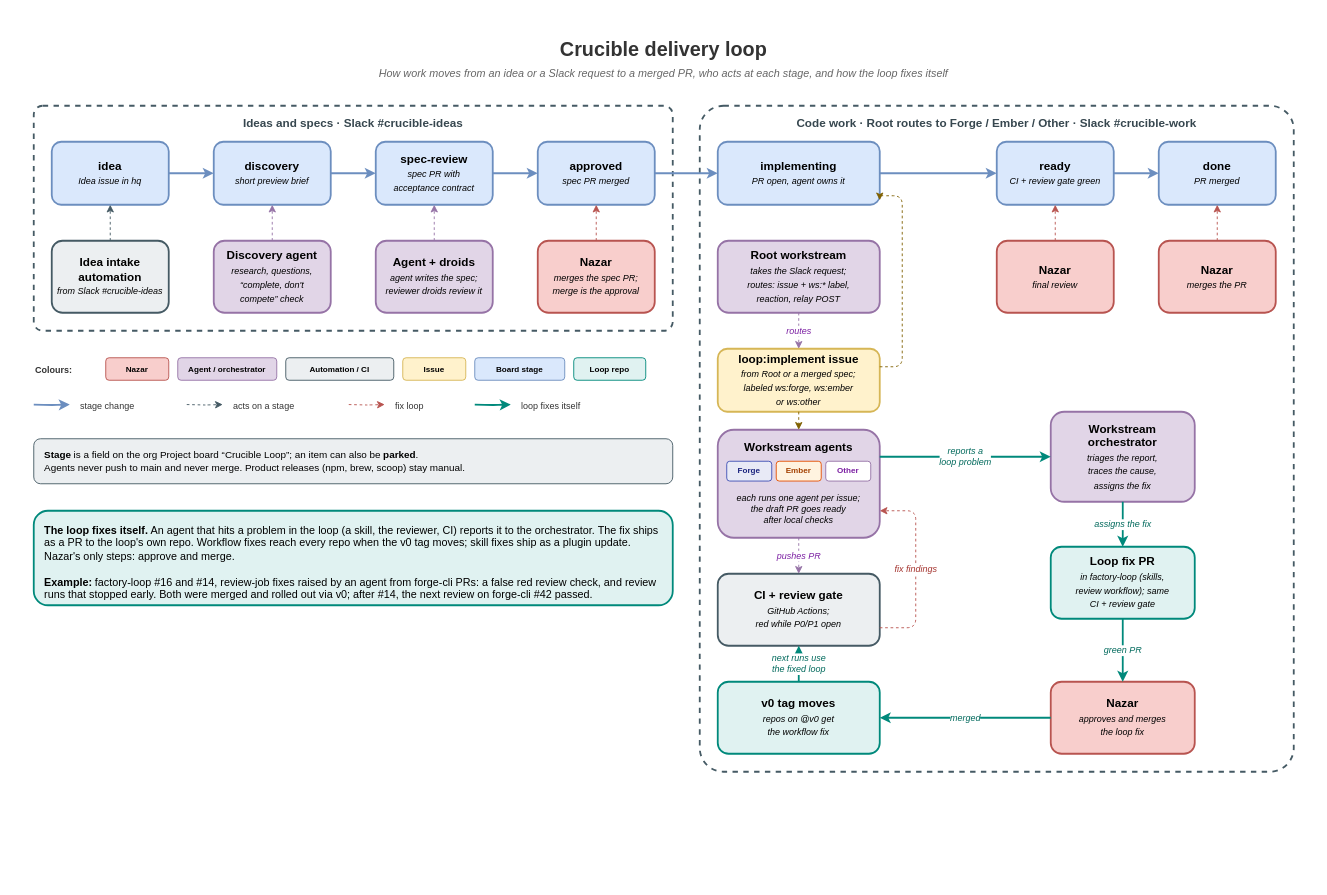
Above: factory-loop/diagrams/delivery-loop.drawio in crucibledx/assets (draw.io), before the change. Source tidied: cells renumbered, new cells numbered last; positions are measured from the earlier drawing's top-left corner, leaving out a move shared by most shapes. Both pictures are drawn from the tidied source at 90%, with x=0, y=0 at pixel (15, 15).
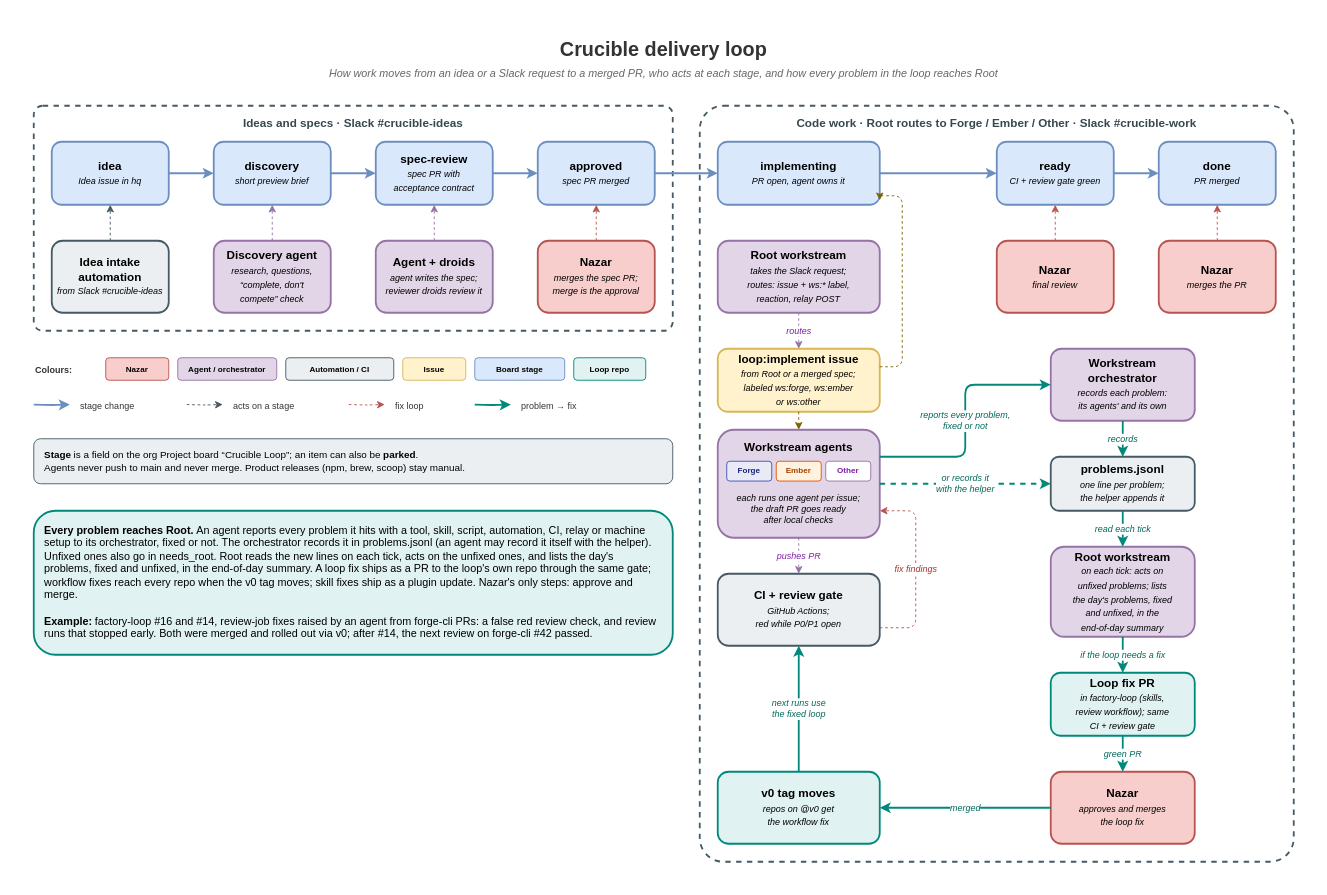
The same diagram, later.

Commit message (it also covers changes not shown here):
diagrams: delivery loop shows problem reports to Root (#24)

The self-fix path follows hq docs/workstream.md "Problem reports": agents
report every problem, fixed or not, to their orchestrator (or record it with
the helper); the orchestrator records it in problems.jsonl; Root reads the
new lines each tick, acts on unfixed ones and lists the day's problems in the
end-of-day summary, and assigns a loop fix when the loop needs one.

Closes #18

The change refers to these unchanged cells:
```xml
<mxCell id="20" value="Workstream agents" style="rounded=1;whiteSpace=wrap;html=1;fillColor=#e1d5e7;strokeColor=#9673a6;fontSize=13;fontStyle=1;strokeWidth=2;verticalAlign=top;spacingTop=5;" parent="1" vertex="1">
  <mxGeometry x="780" y="460" width="180" height="120" as="geometry" />
</mxCell>
```

Diff of the diagram source:
```diff
@@
     <mxCell id="2" style="whiteSpace=wrap;html=1;fillColor=default;strokeColor=none;" parent="1" vertex="1">
-      <mxGeometry width="1440" height="860" as="geometry" />
+      <mxGeometry width="1440" height="960" as="geometry" />
     </mxCell>
@@
-    <mxCell id="4" value="How work moves from an idea or a Slack request to a merged PR, who acts at each stage, and how the loop fixes itself" style="text;html=1;fontSize=12;fontStyle=2;align=center;verticalAlign=middle;whiteSpace=wrap;fontColor=#666666;" parent="1" vertex="1">
+    <mxCell id="4" value="How work moves from an idea or a Slack request to a merged PR, who acts at each stage, and how every problem in the loop reaches Root" style="text;html=1;fontSize=12;fontStyle=2;align=center;verticalAlign=middle;whiteSpace=wrap;fontColor=#666666;" parent="1" vertex="1">
       <mxGeometry x="20" y="55" width="1400" height="20" as="geometry" />
     </mxCell>
@@
     <mxCell id="6" value="Code work · Root routes to Forge / Ember / Other · Slack #crucible-work" style="rounded=1;whiteSpace=wrap;html=1;fillColor=none;dashed=1;strokeColor=#455a64;fontColor=#37474f;fontSize=13;fontStyle=1;strokeWidth=2;verticalAlign=top;spacingTop=5;arcSize=4;" parent="1" vertex="1">
-      <mxGeometry x="760" y="100" width="660" height="740" as="geometry" />
+      <mxGeometry x="760" y="100" width="660" height="840" as="geometry" />
     </mxCell>
@@
-    <mxCell id="45" value="Workstream&lt;br&gt;orchestrator&lt;br&gt;&lt;i style=&quot;font-size:10px;font-weight:normal&quot;&gt;triages the report,&lt;br&gt;traces the cause,&lt;br&gt;assigns the fix&lt;/i&gt;" style="rounded=1;whiteSpace=wrap;html=1;fillColor=#e1d5e7;strokeColor=#9673a6;fontSize=13;fontStyle=1;strokeWidth=2;" parent="1" vertex="1">
-      <mxGeometry x="1150" y="440" width="160" height="100" as="geometry" />
+    <mxCell id="45" value="Workstream&lt;br&gt;orchestrator&lt;br&gt;&lt;i style=&quot;font-size:10px;font-weight:normal&quot;&gt;records each problem:&lt;br&gt;its agents' and its own&lt;/i&gt;" style="rounded=1;whiteSpace=wrap;html=1;fillColor=#e1d5e7;strokeColor=#9673a6;fontSize=13;fontStyle=1;strokeWidth=2;" parent="1" vertex="1">
+      <mxGeometry x="1150" y="370" width="160" height="80" as="geometry" />
     </mxCell>
     <mxCell id="46" value="Loop fix PR&lt;br&gt;&lt;i style=&quot;font-size:10px;font-weight:normal&quot;&gt;in factory-loop (skills,&lt;br&gt;review workflow); same&lt;br&gt;CI + review gate&lt;/i&gt;" style="rounded=1;whiteSpace=wrap;html=1;fillColor=#e0f2f1;strokeColor=#00897b;fontSize=13;fontStyle=1;strokeWidth=2;" parent="1" vertex="1">
-      <mxGeometry x="1150" y="590" width="160" height="80" as="geometry" />
+      <mxGeometry x="1150" y="730" width="160" height="70" as="geometry" />
     </mxCell>
     <mxCell id="47" value="Nazar&lt;br&gt;&lt;i style=&quot;font-size:10px;font-weight:normal&quot;&gt;approves and merges&lt;br&gt;the loop fix&lt;/i&gt;" style="rounded=1;whiteSpace=wrap;html=1;fillColor=#f8cecc;strokeColor=#b85450;fontSize=13;fontStyle=1;strokeWidth=2;" parent="1" vertex="1">
-      <mxGeometry x="1150" y="740" width="160" height="80" as="geometry" />
+      <mxGeometry x="1150" y="840" width="160" height="80" as="geometry" />
     </mxCell>
     <mxCell id="48" value="v0 tag moves&lt;br&gt;&lt;i style=&quot;font-size:10px;font-weight:normal&quot;&gt;repos on @v0 get&lt;br&gt;the workflow fix&lt;/i&gt;" style="rounded=1;whiteSpace=wrap;html=1;fillColor=#e0f2f1;strokeColor=#00897b;fontSize=13;fontStyle=1;strokeWidth=2;" parent="1" vertex="1">
-      <mxGeometry x="780" y="740" width="180" height="80" as="geometry" />
+      <mxGeometry x="780" y="840" width="180" height="80" as="geometry" />
     </mxCell>
+    <mxCell id="71" value="problems.jsonl&lt;br&gt;&lt;i style=&quot;font-size:10px;font-weight:normal&quot;&gt;one line per problem;&lt;br&gt;the helper appends it&lt;/i&gt;" style="rounded=1;whiteSpace=wrap;html=1;fillColor=#eceff1;strokeColor=#455a64;fontSize=13;fontStyle=1;strokeWidth=2;" parent="1" vertex="1">
+      <mxGeometry x="1150" y="490" width="160" height="60" as="geometry" />
+    </mxCell>
+    <mxCell id="72" value="Root workstream&lt;br&gt;&lt;i style=&quot;font-size:10px;font-weight:normal&quot;&gt;on each tick: acts on&lt;br&gt;unfixed problems; lists&lt;br&gt;the day's problems, fixed&lt;br&gt;and unfixed, in the&lt;br&gt;end-of-day summary&lt;/i&gt;" style="rounded=1;whiteSpace=wrap;html=1;fillColor=#e1d5e7;strokeColor=#9673a6;fontSize=13;fontStyle=1;strokeWidth=2;" parent="1" vertex="1">
+      <mxGeometry x="1150" y="590" width="160" height="100" as="geometry" />
+    </mxCell>
+    <mxCell id="73" value="records" style="edgeStyle=orthogonalEdgeStyle;rounded=1;jettySize=auto;html=1;fontSize=10;strokeWidth=2;strokeColor=#00897b;fontColor=#00695c;fontStyle=2;exitX=0.5;exitY=1;exitDx=0;exitDy=0;entryX=0.5;entryY=0;entryDx=0;entryDy=0;" parent="1" edge="1" source="45" target="71">
+      <mxGeometry relative="1" as="geometry" />
+    </mxCell>
+    <mxCell id="74" value="or records it&lt;br&gt;with the helper" style="edgeStyle=orthogonalEdgeStyle;rounded=1;jettySize=auto;html=1;fontSize=10;strokeWidth=2;strokeColor=#00897b;fontColor=#00695c;fontStyle=2;dashed=1;exitX=1;exitY=0.5;exitDx=0;exitDy=0;entryX=0;entryY=0.5;entryDx=0;entryDy=0;" parent="1" edge="1" source="20" target="71">
+      <mxGeometry relative="1" as="geometry" />
+    </mxCell>
+    <mxCell id="75" value="read each tick" style="edgeStyle=orthogonalEdgeStyle;rounded=1;jettySize=auto;html=1;fontSize=10;strokeWidth=2;strokeColor=#00897b;fontColor=#00695c;fontStyle=2;exitX=0.5;exitY=1;exitDx=0;exitDy=0;entryX=0.5;entryY=0;entryDx=0;entryDy=0;" parent="1" edge="1" source="71" target="72">
+      <mxGeometry relative="1" as="geometry" />
+    </mxCell>
+    <mxCell id="76" value="if the loop needs a fix" style="edgeStyle=orthogonalEdgeStyle;rounded=1;jettySize=auto;html=1;fontSize=10;strokeWidth=2;strokeColor=#00897b;fontColor=#00695c;fontStyle=2;exitX=0.5;exitY=1;exitDx=0;exitDy=0;entryX=0.5;entryY=0;entryDx=0;entryDy=0;" parent="1" edge="1" source="72" target="46">
+      <mxGeometry relative="1" as="geometry" />
+    </mxCell>
-    <mxCell id="49" value="reports a&lt;br&gt;loop problem" style="edgeStyle=orthogonalEdgeStyle;rounded=1;jettySize=auto;html=1;fontSize=10;strokeWidth=2;strokeColor=#00897b;fontColor=#00695c;fontStyle=2;exitX=1;exitY=0.25;exitDx=0;exitDy=0;entryX=0;entryY=0.5;entryDx=0;entryDy=0;" parent="1" edge="1" source="20" target="45">
+    <mxCell id="49" value="reports every problem,&lt;br&gt;fixed or not" style="edgeStyle=orthogonalEdgeStyle;rounded=1;jettySize=auto;html=1;fontSize=10;strokeWidth=2;strokeColor=#00897b;fontColor=#00695c;fontStyle=2;exitX=1;exitY=0.25;exitDx=0;exitDy=0;entryX=0;entryY=0.5;entryDx=0;entryDy=0;" parent="1" edge="1" source="20" target="45">
       <mxGeometry relative="1" as="geometry" />
     </mxCell>
-    <mxCell id="50" value="assigns the fix" style="edgeStyle=orthogonalEdgeStyle;rounded=1;jettySize=auto;html=1;fontSize=10;strokeWidth=2;strokeColor=#00897b;fontColor=#00695c;fontStyle=2;exitX=0.5;exitY=1;exitDx=0;exitDy=0;entryX=0.5;entryY=0;entryDx=0;entryDy=0;" parent="1" edge="1" source="45" target="46">
-      <mxGeometry relative="1" as="geometry" />
-    </mxCell>
@@
-    <mxCell id="56" value="loop fixes itself" style="text;html=1;fontSize=10;align=left;verticalAlign=middle;whiteSpace=wrap;fontColor=#333333;" parent="1" vertex="1">
+    <mxCell id="56" value="problem → fix" style="text;html=1;fontSize=10;align=left;verticalAlign=middle;whiteSpace=wrap;fontColor=#333333;" parent="1" vertex="1">
       <mxGeometry x="560" y="420" width="110" height="25" as="geometry" />
     </mxCell>
-    <mxCell id="57" value="&lt;b style=&quot;margin-right:0.25em&quot;&gt;The loop fixes itself.&lt;/b&gt;An agent that hits a problem in the loop (a skill, the reviewer, CI) reports it to the orchestrator. The fix ships as a PR to the loop's own repo. Workflow fixes reach every repo when the v0 tag moves; skill fixes ship as a plugin update. Nazar's only steps: approve and merge.&lt;br&gt;&lt;br&gt;&lt;b style=&quot;margin-right:0.25em&quot;&gt;Example:&lt;/b&gt;factory-loop #16 and #14, review-job fixes raised by an agent from forge-cli PRs: a false red review check, and review runs that stopped early. Both were merged and rolled out via v0; after #14, the next review on forge-cli #42 passed." style="rounded=1;whiteSpace=wrap;html=1;fillColor=#e0f2f1;strokeColor=#00897b;fontSize=12;align=left;verticalAlign=top;spacingLeft=10;spacingRight=10;spacingTop=8;strokeWidth=2;" parent="1" vertex="1">
-      <mxGeometry x="20" y="550" width="710" height="105" as="geometry" />
+    <mxCell id="57" value="&lt;b style=&quot;margin-right:0.25em&quot;&gt;Every problem reaches Root.&lt;/b&gt;An agent reports every problem it hits with a tool, skill, script, automation, CI, relay or machine setup to its orchestrator, fixed or not. The orchestrator records it in problems.jsonl (an agent may record it itself with the helper). Unfixed ones also go in needs_root. Root reads the new lines on each tick, acts on the unfixed ones, and lists the day's problems, fixed and unfixed, in the end-of-day summary. A loop fix ships as a PR to the loop's own repo through the same gate; workflow fixes reach every repo when the v0 tag moves; skill fixes ship as a plugin update. Nazar's only steps: approve and merge.&lt;br&gt;&lt;br&gt;&lt;b style=&quot;margin-right:0.25em&quot;&gt;Example:&lt;/b&gt;factory-loop #16 and #14, review-job fixes raised by an agent from forge-cli PRs: a false red review check, and review runs that stopped early. Both were merged and rolled out via v0; after #14, the next review on forge-cli #42 passed." style="rounded=1;whiteSpace=wrap;html=1;fillColor=#e0f2f1;strokeColor=#00897b;fontSize=12;align=left;verticalAlign=top;spacingLeft=10;spacingRight=10;spacingTop=8;strokeWidth=2;" parent="1" vertex="1">
+      <mxGeometry x="20" y="550" width="710" height="160" as="geometry" />
     </mxCell>
```
